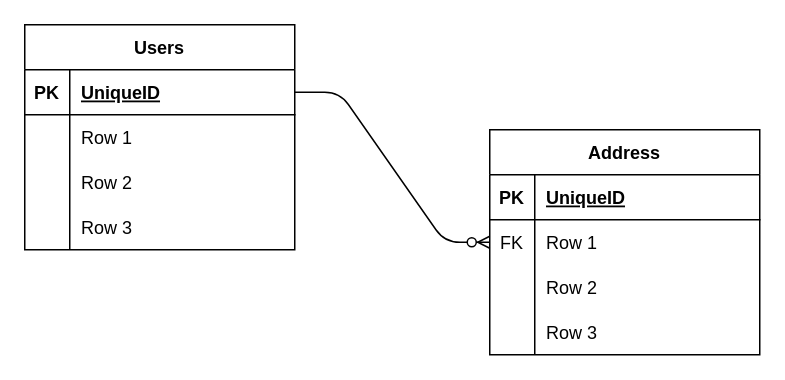
Before: UML/Er.drawio in Rishi575/practice, a draw.io diagram. Source tidied: cells renumbered, new cells numbered last; positions are measured from the earlier drawing's top-left corner, leaving out a move shared by most shapes. Both pictures are drawn from the tidied source at 150%, with x=0, y=0 at pixel (24, 24).
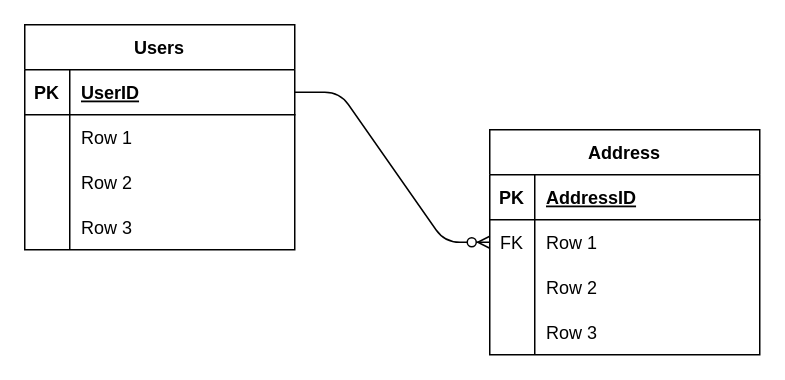
The same diagram, later.

The change refers to these unchanged cells:
```xml
<mxCell id="3" style="shape=tableRow;horizontal=0;startSize=0;swimlaneHead=0;swimlaneBody=0;fillColor=none;points=[[0,0.5],[1,0.5]];portConstraint=eastwest;top=0;left=0;right=0;bottom=1;" parent="2" vertex="1">
  <mxGeometry y="30" width="180" height="30" as="geometry" />
</mxCell>
<mxCell id="16" style="shape=tableRow;horizontal=0;startSize=0;swimlaneHead=0;swimlaneBody=0;fillColor=none;top=0;left=0;right=0;bottom=1;" parent="15" vertex="1">
  <mxGeometry y="30" width="180" height="30" as="geometry" />
</mxCell>
```

The edit, as a diff of the source:
```diff
@@
-    <mxCell id="5" value="UniqueID" style="shape=partialRectangle;fillColor=none;top=0;left=0;bottom=0;right=0;align=left;spacingLeft=6;fontStyle=5;overflow=hidden;" parent="3" vertex="1">
+    <mxCell id="5" value="UserID" style="shape=partialRectangle;fillColor=none;top=0;left=0;bottom=0;right=0;align=left;spacingLeft=6;fontStyle=5;overflow=hidden;" parent="3" vertex="1">
       <mxGeometry x="30" width="150" height="30" as="geometry" />
     </mxCell>
@@
-    <mxCell id="18" value="UniqueID" style="shape=partialRectangle;fillColor=none;top=0;left=0;bottom=0;right=0;align=left;spacingLeft=6;fontStyle=5;overflow=hidden;" parent="16" vertex="1">
+    <mxCell id="18" value="AddressID" style="shape=partialRectangle;fillColor=none;top=0;left=0;bottom=0;right=0;align=left;spacingLeft=6;fontStyle=5;overflow=hidden;" parent="16" vertex="1">
       <mxGeometry x="30" width="150" height="30" as="geometry" />
     </mxCell>
```
